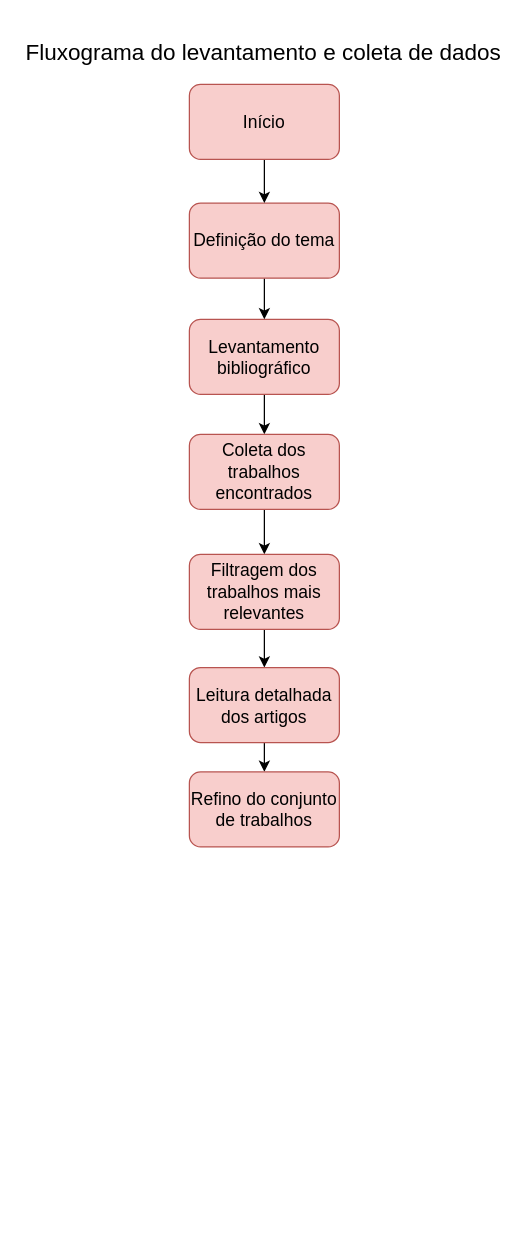
Above: metodologia.drawio in carolalvernaz/ti3 (draw.io), before the change. Source tidied: cells renumbered, new cells numbered last; positions are measured from the earlier drawing's top-left corner, leaving out a move shared by most shapes. Both pictures are drawn from the tidied source at 125%, with x=0, y=0 at pixel (21, 34).
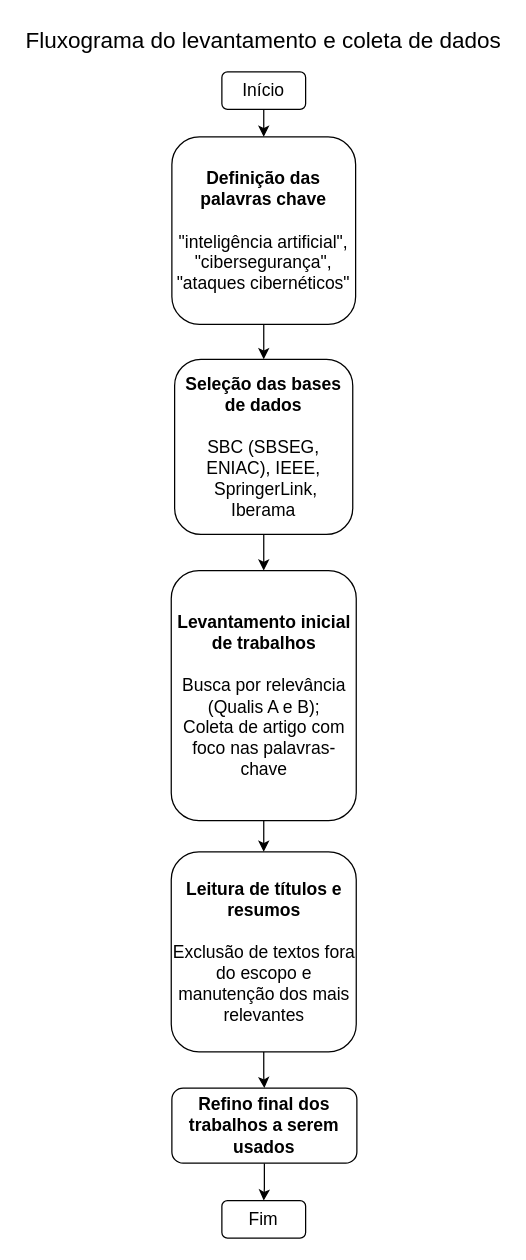
The same diagram, later.

What changed in the source:
```diff
@@
 <mxGraphModel>
   <root>
     <mxCell id="0" />
     <mxCell id="1" parent="0" />
-    <mxCell id="2" style="edgeStyle=orthogonalEdgeStyle;rounded=0;jettySize=auto;html=1;" parent="1" edge="1" source="3" target="5">
-      <mxGeometry relative="1" as="geometry" />
-    </mxCell>
-    <mxCell id="3" value="&lt;font style=&quot;font-size: 14px;&quot;&gt;Levantamento bibliográfico&lt;/font&gt;" style="rounded=1;whiteSpace=wrap;html=1;fillColor=#f8cecc;strokeColor=#b85450;" parent="1" vertex="1">
-      <mxGeometry x="134" y="228" width="120" height="60" as="geometry" />
-    </mxCell>
-    <mxCell id="4" style="edgeStyle=orthogonalEdgeStyle;rounded=0;jettySize=auto;html=1;" parent="1" edge="1" source="5" target="7">
-      <mxGeometry relative="1" as="geometry" />
-    </mxCell>
-    <mxCell id="5" value="&lt;font style=&quot;font-size: 14px;&quot;&gt;Coleta dos trabalhos encontrados&lt;/font&gt;" style="rounded=1;whiteSpace=wrap;html=1;fillColor=#f8cecc;strokeColor=#b85450;" parent="1" vertex="1">
-      <mxGeometry x="134" y="320" width="120" height="60" as="geometry" />
-    </mxCell>
-    <mxCell id="6" style="edgeStyle=orthogonalEdgeStyle;rounded=0;jettySize=auto;html=1;" parent="1" edge="1" source="7" target="9">
-      <mxGeometry relative="1" as="geometry" />
-    </mxCell>
-    <mxCell id="7" value="&lt;font style=&quot;font-size: 14px;&quot;&gt;Filtragem dos trabalhos mais relevantes&lt;/font&gt;" style="rounded=1;whiteSpace=wrap;html=1;fillColor=#f8cecc;strokeColor=#b85450;" parent="1" vertex="1">
-      <mxGeometry x="134" y="416" width="120" height="60" as="geometry" />
-    </mxCell>
-    <mxCell id="8" style="edgeStyle=orthogonalEdgeStyle;rounded=0;jettySize=auto;html=1;" parent="1" edge="1" source="9" target="15">
-      <mxGeometry relative="1" as="geometry" />
-    </mxCell>
-    <mxCell id="9" value="&lt;span style=&quot;font-size: 14px;&quot;&gt;Leitura detalhada dos artigos&lt;/span&gt;" style="rounded=1;whiteSpace=wrap;html=1;fillColor=#f8cecc;strokeColor=#b85450;" parent="1" vertex="1">
-      <mxGeometry x="134" y="506.5" width="120" height="60" as="geometry" />
-    </mxCell>
     <mxCell id="10" value="&lt;font style=&quot;font-size: 18px;&quot;&gt;Fluxograma do levantamento e coleta de dados&lt;/font&gt;" style="text;html=1;align=center;verticalAlign=middle;whiteSpace=wrap;rounded=0;" parent="1" vertex="1">
-      <mxGeometry width="387" height="30" as="geometry" />
+      <mxGeometry y="-10" width="387" height="30" as="geometry" />
     </mxCell>
-    <mxCell id="11" style="edgeStyle=orthogonalEdgeStyle;rounded=0;jettySize=auto;html=1;" parent="1" edge="1" source="12" target="3">
-      <mxGeometry relative="1" as="geometry" />
-    </mxCell>
+    <mxCell id="16" style="edgeStyle=orthogonalEdgeStyle;rounded=0;jettySize=auto;html=1;" parent="1" edge="1" source="12" target="18">
+      <mxGeometry relative="1" as="geometry" />
+    </mxCell>
-    <mxCell id="12" value="&lt;font style=&quot;font-size: 14px;&quot;&gt;Definição do tema&lt;/font&gt;" style="rounded=1;whiteSpace=wrap;html=1;fillColor=#f8cecc;strokeColor=#b85450;" parent="1" vertex="1">
-      <mxGeometry x="134" y="135" width="120" height="60" as="geometry" />
+    <mxCell id="12" value="&lt;font style=&quot;font-size: 14px;&quot;&gt;&lt;b&gt;Definição das palavras chave&lt;br&gt;&lt;/b&gt;&lt;br&gt;&quot;inteligência artificial&quot;, &quot;cibersegurança&quot;, &quot;ataques cibernéticos&quot;&lt;/font&gt;" style="rounded=1;whiteSpace=wrap;html=1;" parent="1" vertex="1">
+      <mxGeometry x="120" y="82" width="147" height="150" as="geometry" />
     </mxCell>
     <mxCell id="13" style="edgeStyle=orthogonalEdgeStyle;rounded=0;jettySize=auto;html=1;" parent="1" edge="1" source="14" target="12">
       <mxGeometry relative="1" as="geometry" />
     </mxCell>
-    <mxCell id="14" value="&lt;font style=&quot;font-size: 14px;&quot;&gt;Início&lt;/font&gt;" style="rounded=1;whiteSpace=wrap;html=1;fillColor=#f8cecc;strokeColor=#b85450;" parent="1" vertex="1">
-      <mxGeometry x="134" y="40" width="120" height="60" as="geometry" />
+    <mxCell id="14" value="&lt;font style=&quot;font-size: 14px;&quot;&gt;Início&lt;/font&gt;" style="rounded=1;whiteSpace=wrap;html=1;" parent="1" vertex="1">
+      <mxGeometry x="160" y="30" width="67" height="30" as="geometry" />
     </mxCell>
-    <mxCell id="15" value="&lt;span style=&quot;font-size: 14px;&quot;&gt;Refino do conjunto de trabalhos&lt;/span&gt;" style="rounded=1;whiteSpace=wrap;html=1;fillColor=#f8cecc;strokeColor=#b85450;" parent="1" vertex="1">
-      <mxGeometry x="134" y="590" width="120" height="60" as="geometry" />
-    </mxCell>
+    <mxCell id="17" style="edgeStyle=orthogonalEdgeStyle;rounded=0;jettySize=auto;html=1;" parent="1" edge="1" source="18" target="20">
+      <mxGeometry relative="1" as="geometry" />
+    </mxCell>
+    <mxCell id="18" value="&lt;font style=&quot;font-size: 14px;&quot;&gt;&lt;b&gt;Seleção das bases de dados&lt;br&gt;&lt;/b&gt;&lt;br&gt;SBC &lt;/font&gt;&lt;span style=&quot;background-color: transparent; font-size: 14px;&quot;&gt;(SBSEG, ENIAC),&amp;nbsp;&lt;/span&gt;&lt;span style=&quot;font-size: 14px; background-color: transparent; color: light-dark(rgb(0, 0, 0), rgb(255, 255, 255));&quot;&gt;IEEE,&lt;br&gt;&amp;nbsp;&lt;/span&gt;&lt;span style=&quot;font-size: 14px; background-color: transparent; color: light-dark(rgb(0, 0, 0), rgb(255, 255, 255));&quot;&gt;SpringerLink, Iberama&lt;/span&gt;" style="rounded=1;whiteSpace=wrap;html=1;" parent="1" vertex="1">
+      <mxGeometry x="122.2" y="260" width="142.5" height="140" as="geometry" />
+    </mxCell>
+    <mxCell id="19" style="edgeStyle=orthogonalEdgeStyle;rounded=0;jettySize=auto;html=1;" parent="1" edge="1" source="20" target="22">
+      <mxGeometry relative="1" as="geometry" />
+    </mxCell>
+    <mxCell id="20" value="&lt;font style=&quot;font-size: 14px;&quot;&gt;&lt;b&gt;Levantamento inicial de trabalhos&lt;br&gt;&lt;/b&gt;&lt;br&gt;Busca por relevância (Qualis A e B);&lt;/font&gt;&lt;div&gt;&lt;font style=&quot;font-size: 14px;&quot;&gt;Coleta de artigo com foco nas palavras-chave&lt;/font&gt;&lt;/div&gt;" style="rounded=1;whiteSpace=wrap;html=1;" parent="1" vertex="1">
+      <mxGeometry x="119.5" y="429" width="148" height="200" as="geometry" />
+    </mxCell>
+    <mxCell id="21" style="edgeStyle=orthogonalEdgeStyle;rounded=0;jettySize=auto;html=1;" parent="1" edge="1" source="22" target="24">
+      <mxGeometry relative="1" as="geometry" />
+    </mxCell>
+    <mxCell id="22" value="&lt;font style=&quot;font-size: 14px;&quot;&gt;&lt;b&gt;Leitura de títulos e resumos&lt;br&gt;&lt;/b&gt;&lt;br&gt;Exclusão de textos fora do escopo e manutenção dos mais relevantes&lt;/font&gt;" style="rounded=1;whiteSpace=wrap;html=1;" parent="1" vertex="1">
+      <mxGeometry x="119.5" y="654" width="148" height="160" as="geometry" />
+    </mxCell>
+    <mxCell id="23" style="edgeStyle=orthogonalEdgeStyle;rounded=0;jettySize=auto;html=1;entryX=0.5;entryY=0;entryDx=0;entryDy=0;" parent="1" edge="1" source="24" target="25">
+      <mxGeometry relative="1" as="geometry" />
+    </mxCell>
+    <mxCell id="24" value="&lt;span style=&quot;font-size: 14px;&quot;&gt;&lt;b&gt;Refino final dos trabalhos a serem usados&lt;/b&gt;&lt;/span&gt;" style="rounded=1;whiteSpace=wrap;html=1;" parent="1" vertex="1">
+      <mxGeometry x="120" y="843" width="148" height="60" as="geometry" />
+    </mxCell>
+    <mxCell id="25" value="&lt;font style=&quot;font-size: 14px;&quot;&gt;Fim&lt;/font&gt;" style="rounded=1;whiteSpace=wrap;html=1;" parent="1" vertex="1">
+      <mxGeometry x="160" y="933" width="67" height="30" as="geometry" />
+    </mxCell>
   </root>
 </mxGraphModel>
```
